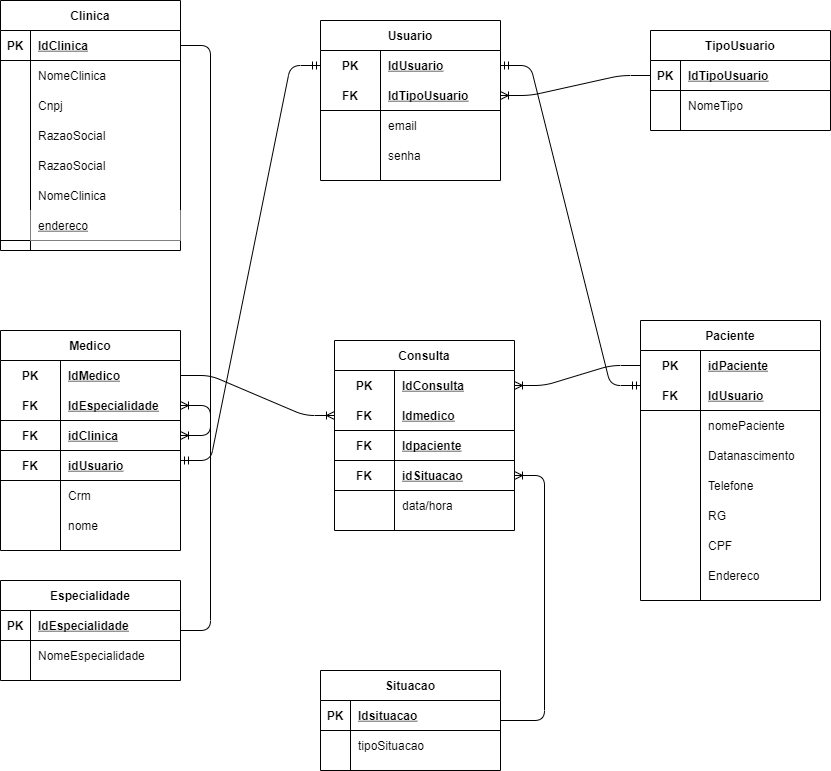
The draw.io diagram Modelagens/SP-Medical-Logico.png in Nathalia-Novais/SP-Medical-Group, before a commit. Source tidied: cells renumbered, new cells last; positions are measured from the earlier drawing's top-left corner, leaving out a move shared by most shapes.
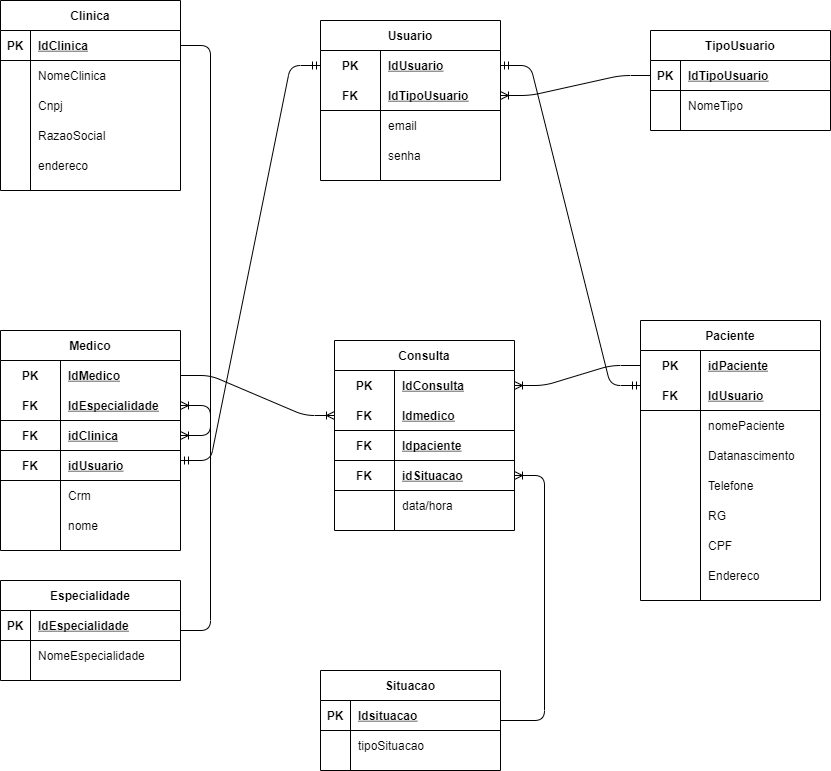
After the change.

The edit, as a diff of the source:
```diff
@@ -3,7 +3,7 @@
     <mxCell id="0" />
     <mxCell id="1" parent="0" />
     <mxCell id="2" value="Clinica" style="shape=table;startSize=30;rowLines=0;fontStyle=1;align=center;" parent="1" vertex="1">
-      <mxGeometry width="180" height="250" as="geometry" />
+      <mxGeometry width="180" height="190" as="geometry" />
     </mxCell>
     <mxCell id="3" style="shape=partialRectangle;fillColor=none;top=0;left=0;bottom=1;right=0;points=[[0,0.5],[1,0.5]];portConstraint=eastwest;" parent="2" vertex="1">
       <mxGeometry y="30" width="180" height="30" as="geometry" />
@@ -47,27 +47,9 @@
     <mxCell id="16" style="shape=partialRectangle;fillColor=none;top=0;left=0;bottom=0;right=0;overflow=hidden;" parent="15" vertex="1">
       <mxGeometry width="30" height="30" as="geometry" />
     </mxCell>
-    <mxCell id="17" value="RazaoSocial" style="shape=partialRectangle;fillColor=none;top=0;left=0;bottom=0;right=0;align=left;spacingLeft=6;overflow=hidden;" parent="15" vertex="1">
+    <mxCell id="17" value="endereco" style="shape=partialRectangle;fillColor=none;top=0;left=0;bottom=0;right=0;align=left;spacingLeft=6;overflow=hidden;" parent="15" vertex="1">
       <mxGeometry x="30" width="150" height="30" as="geometry" />
     </mxCell>
-    <mxCell id="18" style="shape=partialRectangle;fillColor=none;top=0;left=0;bottom=0;right=0;" parent="2" vertex="1">
-      <mxGeometry y="180" width="180" height="30" as="geometry" />
-    </mxCell>
-    <mxCell id="19" style="shape=partialRectangle;fillColor=none;top=0;left=0;bottom=0;right=0;overflow=hidden;" parent="18" vertex="1">
-      <mxGeometry width="30" height="30" as="geometry" />
-    </mxCell>
-    <mxCell id="20" value="NomeClinica" style="shape=partialRectangle;fillColor=none;top=0;left=0;bottom=0;right=0;align=left;spacingLeft=6;overflow=hidden;" parent="18" vertex="1">
-      <mxGeometry x="30" width="150" height="30" as="geometry" />
-    </mxCell>
-    <mxCell id="21" style="shape=partialRectangle;fillColor=none;top=0;left=0;bottom=1;right=0;" parent="2" vertex="1">
-      <mxGeometry y="210" width="180" height="30" as="geometry" />
-    </mxCell>
-    <mxCell id="22" style="shape=partialRectangle;fillColor=none;top=0;left=0;bottom=0;right=0;fontStyle=1;overflow=hidden;" parent="21" vertex="1">
-      <mxGeometry width="30" height="30" as="geometry" />
-    </mxCell>
-    <mxCell id="23" value="endereco" style="shape=partialRectangle;top=0;left=0;bottom=0;right=0;align=left;spacingLeft=6;fontStyle=4;overflow=hidden;" parent="21" vertex="1">
-      <mxGeometry x="30" width="150" height="30" as="geometry" />
-    </mxCell>
     <mxCell id="24" value="Usuario" style="shape=table;startSize=30;rowLines=0;fontStyle=1;align=center;fontColor=#000000;" parent="1" vertex="1">
       <mxGeometry x="320" y="20" width="180" height="160" as="geometry" />
     </mxCell>
```
